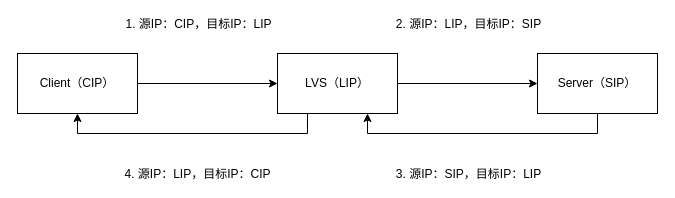
The draw.io diagram page "LVS/NAT" (1 of 3) of problems/architecture/resources/architecture.drawio in pojozhang/playground, before the edit. Source tidied: cells renumbered, new cells numbered last; positions are measured from the earlier drawing's top-left corner, leaving out a move shared by most shapes. Both pictures are drawn from the tidied source at 100%, with x=0, y=0 at pixel (17, 53).
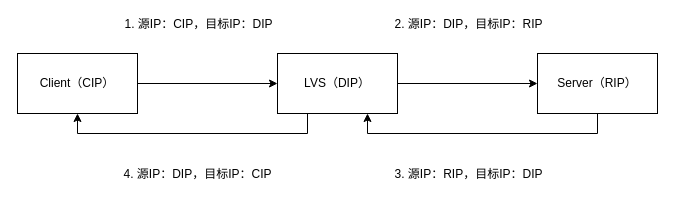
The same diagram, later.

Change to the diagram source:
```diff
@@
 <mxGraphModel>
   <root>
     <mxCell id="0" />
     <mxCell id="1" parent="0" />
     <mxCell id="2" style="edgeStyle=orthogonalEdgeStyle;rounded=0;jettySize=auto;html=1;exitX=1;exitY=0.5;exitDx=0;exitDy=0;entryX=0;entryY=0.5;entryDx=0;entryDy=0;" parent="1" edge="1" source="4" target="9">
       <mxGeometry relative="1" as="geometry" />
     </mxCell>
-    <mxCell id="3" value="1. 源IP：CIP，目标IP：LIP" style="text;html=1;align=center;verticalAlign=middle;labelBackgroundColor=#ffffff;" parent="2" vertex="1">
+    <mxCell id="3" value="1. 源IP：CIP，目标IP：DIP" style="text;html=1;align=center;verticalAlign=middle;labelBackgroundColor=#ffffff;" parent="2" vertex="1">
       <mxGeometry x="-0.76" y="2" relative="1" as="geometry">
         <mxPoint x="43" y="-58" as="offset" />
       </mxGeometry>
     </mxCell>
     <mxCell id="4" value="Client（CIP）" style="rounded=0;whiteSpace=wrap;html=1;" parent="1" vertex="1">
       <mxGeometry width="120" height="60" as="geometry" />
     </mxCell>
     <mxCell id="5" style="edgeStyle=orthogonalEdgeStyle;rounded=0;jettySize=auto;html=1;exitX=1;exitY=0.5;exitDx=0;exitDy=0;" parent="1" edge="1" source="9" target="12">
       <mxGeometry relative="1" as="geometry" />
     </mxCell>
-    <mxCell id="6" value="2. 源IP：LIP，目标IP：SIP" style="text;html=1;align=center;verticalAlign=middle;labelBackgroundColor=#ffffff;" parent="5" vertex="1">
+    <mxCell id="6" value="2. 源IP：DIP，目标IP：RIP" style="text;html=1;align=center;verticalAlign=middle;labelBackgroundColor=#ffffff;" parent="5" vertex="1">
       <mxGeometry x="-0.7" y="1" relative="1" as="geometry">
         <mxPoint x="49" y="-59" as="offset" />
       </mxGeometry>
     </mxCell>
     <mxCell id="7" style="edgeStyle=orthogonalEdgeStyle;rounded=0;jettySize=auto;html=1;exitX=0.25;exitY=1;exitDx=0;exitDy=0;entryX=0.5;entryY=1;entryDx=0;entryDy=0;" parent="1" edge="1" source="9" target="4">
       <mxGeometry relative="1" as="geometry" />
     </mxCell>
-    <mxCell id="8" value="4. 源IP：LIP，目标IP：CIP" style="text;html=1;align=center;verticalAlign=middle;labelBackgroundColor=#ffffff;" parent="7" vertex="1">
+    <mxCell id="8" value="4. 源IP：DIP，目标IP：CIP" style="text;html=1;align=center;verticalAlign=middle;labelBackgroundColor=#ffffff;" parent="7" vertex="1">
       <mxGeometry x="0.53" y="2" relative="1" as="geometry">
         <mxPoint x="76" y="38" as="offset" />
       </mxGeometry>
     </mxCell>
-    <mxCell id="9" value="LVS（LIP）" style="rounded=0;whiteSpace=wrap;html=1;" parent="1" vertex="1">
+    <mxCell id="9" value="LVS（DIP）" style="rounded=0;whiteSpace=wrap;html=1;" parent="1" vertex="1">
       <mxGeometry x="260" width="120" height="60" as="geometry" />
     </mxCell>
     <mxCell id="10" style="edgeStyle=orthogonalEdgeStyle;rounded=0;jettySize=auto;html=1;exitX=0.5;exitY=1;exitDx=0;exitDy=0;entryX=0.75;entryY=1;entryDx=0;entryDy=0;" parent="1" edge="1" source="12" target="9">
       <mxGeometry relative="1" as="geometry" />
     </mxCell>
-    <mxCell id="11" value="3. 源IP：SIP，目标IP：LIP" style="text;html=1;align=center;verticalAlign=middle;labelBackgroundColor=#ffffff;" parent="10" vertex="1">
+    <mxCell id="11" value="3. 源IP：RIP，目标IP：DIP" style="text;html=1;align=center;verticalAlign=middle;labelBackgroundColor=#ffffff;" parent="10" vertex="1">
       <mxGeometry x="0.62" y="-1" relative="1" as="geometry">
         <mxPoint x="69" y="41" as="offset" />
       </mxGeometry>
     </mxCell>
-    <mxCell id="12" value="Server（SIP）" style="rounded=0;whiteSpace=wrap;html=1;" parent="1" vertex="1">
+    <mxCell id="12" value="Server（RIP）" style="rounded=0;whiteSpace=wrap;html=1;" parent="1" vertex="1">
       <mxGeometry x="520" width="120" height="60" as="geometry" />
     </mxCell>
   </root>
 </mxGraphModel>
```
